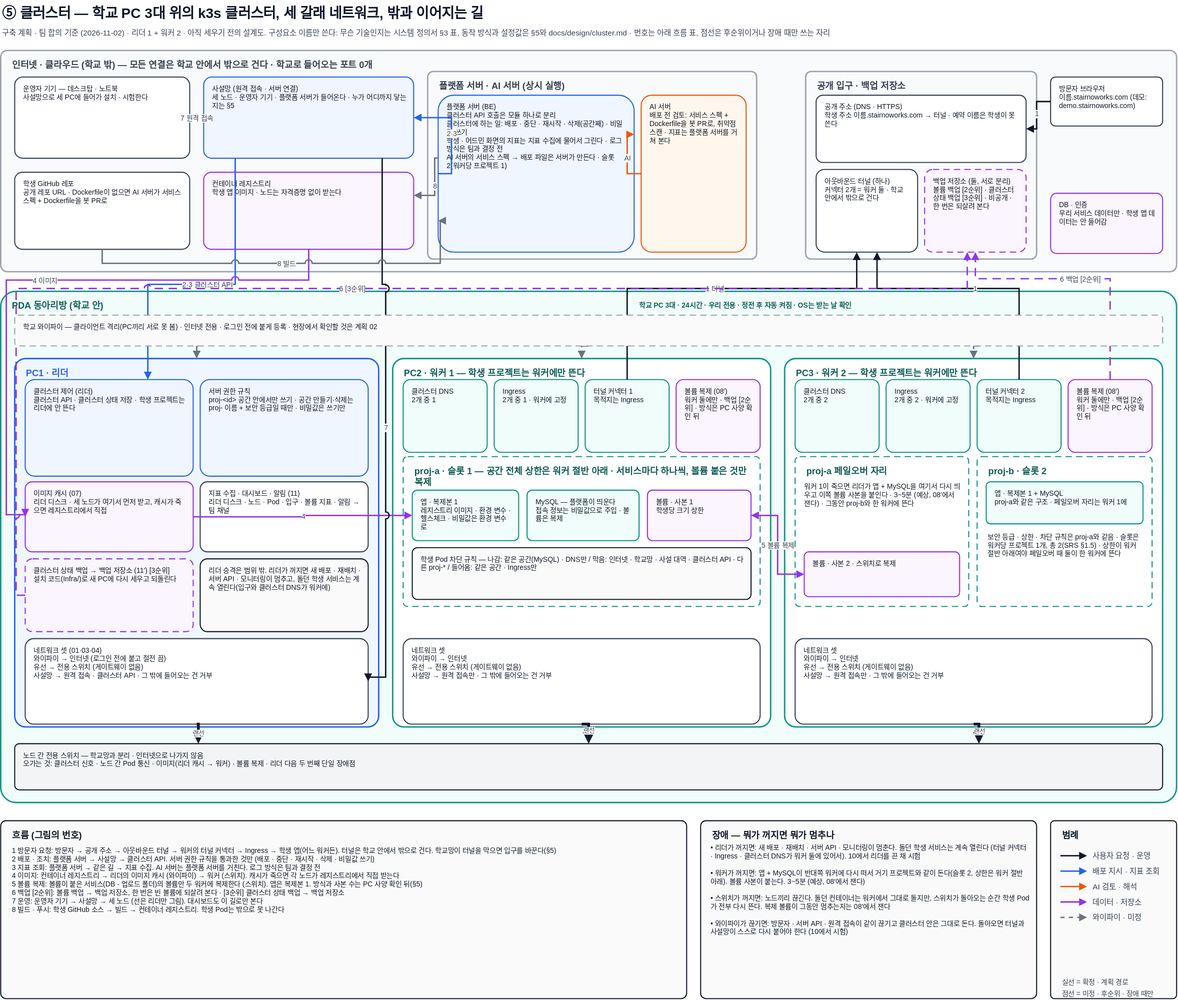
The draw.io diagram docs/architecture/cluster.drawio.svg in woowangthon/WOOWANGTHON_TEAM_18, before a commit. Source tidied: cells renumbered, new cells last; positions are measured from the earlier drawing's top-left corner, leaving out a move shared by most shapes.
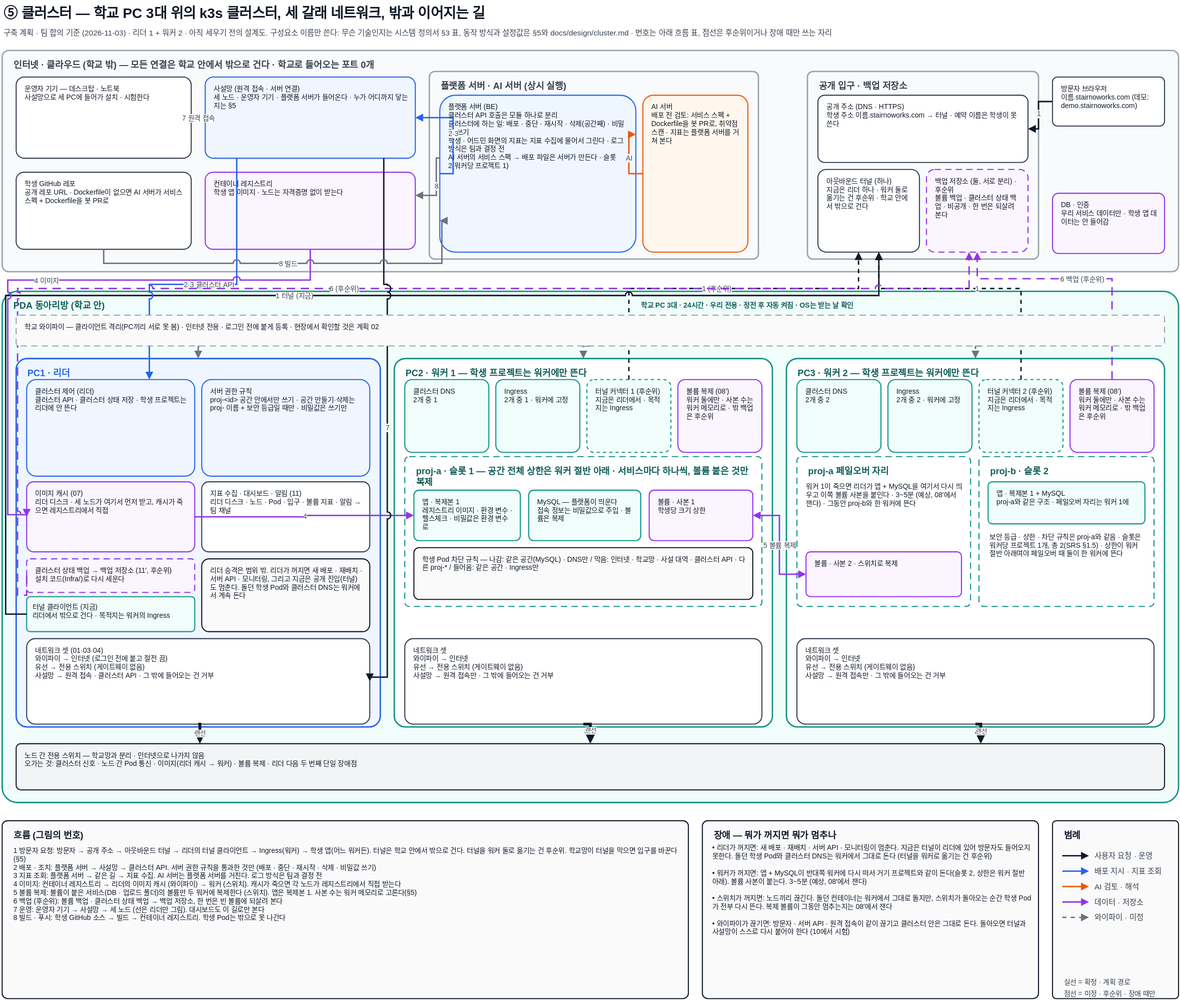
The same file after the commit.

Commit message:
docs: diagrams use §3 component names and the current cluster plan (#17)

Change to the diagram source:
```diff
@@ -7,3 +7,3 @@
     </mxCell>
-    <mxCell id="3" value="구축 계획 · 팀 합의 기준 (2026-11-02) · 리더 1 + 워커 2 · 아직 세우기 전의 설계도. 구성요소 이름만 쓴다: 무슨 기술인지는 시스템 정의서 §3 표, 동작 방식과 설정값은 §5와 docs/design/cluster.md · 번호는 아래 흐름 표, 점선은 후순위이거나 장애 때만 쓰는 자리" style="text;html=1;align=left;verticalAlign=top;whiteSpace=wrap;fontSize=11;fontColor=#374151;fontFamily=Pretendard,Malgun Gothic,Apple SD Gothic Neo,sans-serif;" parent="1" vertex="1">
+    <mxCell id="3" value="구축 계획 · 팀 합의 기준 (2026-11-03) · 리더 1 + 워커 2 · 아직 세우기 전의 설계도. 구성요소 이름만 쓴다: 무슨 기술인지는 시스템 정의서 §3 표, 동작 방식과 설정값은 §5와 docs/design/cluster.md · 번호는 아래 흐름 표, 점선은 후순위이거나 장애 때만 쓰는 자리" style="text;html=1;align=left;verticalAlign=top;whiteSpace=wrap;fontSize=11;fontColor=#374151;fontFamily=Pretendard,Malgun Gothic,Apple SD Gothic Neo,sans-serif;" parent="1" vertex="1">
       <mxGeometry y="34" width="1400" height="22" as="geometry" />
@@ -67,6 +67,6 @@
     </mxCell>
-    <mxCell id="23" value="아웃바운드 터널 (하나)&lt;br&gt;커넥터 2개 = 워커 둘 · 학교 안에서 밖으로 건다" style="rounded=1;arcSize=10;whiteSpace=wrap;html=1;fillColor=#FFFFFF;strokeColor=#374151;strokeWidth=1.5;fontSize=10;fontColor=#111827;align=left;verticalAlign=top;spacing=6;spacingLeft=6;spacingRight=6;fontFamily=Pretendard,Malgun Gothic,Apple SD Gothic Neo,sans-serif;" parent="1" vertex="1">
+    <mxCell id="23" value="아웃바운드 터널 (하나)&lt;br&gt;지금은 리더 하나 · 워커 둘로 옮기는 건 후순위 · 학교 안에서 밖으로 건다" style="rounded=1;arcSize=10;whiteSpace=wrap;html=1;fillColor=#FFFFFF;strokeColor=#374151;strokeWidth=1.5;fontSize=10;fontColor=#111827;align=left;verticalAlign=top;spacing=6;spacingLeft=6;spacingRight=6;fontFamily=Pretendard,Malgun Gothic,Apple SD Gothic Neo,sans-serif;" parent="1" vertex="1">
       <mxGeometry x="1165" y="242" width="145" height="118" as="geometry" />
     </mxCell>
-    <mxCell id="24" value="백업 저장소 (둘, 서로 분리)&lt;br&gt;볼륨 백업 [2순위] · 클러스터 상태 백업 [3순위] · 비공개 · 한 번은 되살려 본다" style="rounded=1;arcSize=10;whiteSpace=wrap;html=1;fillColor=#FAF5FF;strokeColor=#9333EA;strokeWidth=1.5;fontSize=10;fontColor=#111827;align=left;verticalAlign=top;spacing=6;spacingLeft=6;spacingRight=6;dashed=1;dashPattern=6 4;fontFamily=Pretendard,Malgun Gothic,Apple SD Gothic Neo,sans-serif;" parent="1" vertex="1">
+    <mxCell id="24" value="백업 저장소 (둘, 서로 분리) · 후순위&lt;br&gt;볼륨 백업 · 클러스터 상태 백업 · 비공개 · 한 번은 되살려 본다" style="rounded=1;arcSize=10;whiteSpace=wrap;html=1;fillColor=#FAF5FF;strokeColor=#9333EA;strokeWidth=1.5;fontSize=10;fontColor=#111827;align=left;verticalAlign=top;spacing=6;spacingLeft=6;spacingRight=6;dashed=1;dashPattern=6 4;fontFamily=Pretendard,Malgun Gothic,Apple SD Gothic Neo,sans-serif;" parent="1" vertex="1">
       <mxGeometry x="1320" y="242" width="145" height="118" as="geometry" />
@@ -91,6 +91,9 @@
     </mxCell>
-    <mxCell id="31" value="클러스터 상태 백업 → 백업 저장소 (11′) [3순위]&lt;br&gt;설치 코드(Infra/)로 새 PC에 다시 세우고 되돌린다" style="rounded=1;arcSize=10;whiteSpace=wrap;html=1;fillColor=#FAF5FF;strokeColor=#9333EA;strokeWidth=1.5;fontSize=10;fontColor=#111827;align=left;verticalAlign=top;spacing=6;spacingLeft=6;spacingRight=6;dashed=1;dashPattern=6 4;fontFamily=Pretendard,Malgun Gothic,Apple SD Gothic Neo,sans-serif;" parent="1" vertex="1">
-      <mxGeometry x="35" y="798" width="240" height="104" as="geometry" />
+    <mxCell id="31" value="클러스터 상태 백업 → 백업 저장소 (11′, 후순위)&lt;br&gt;설치 코드(Infra/)로 다시 세운다" style="rounded=1;arcSize=10;whiteSpace=wrap;html=1;fillColor=#FAF5FF;strokeColor=#9333EA;strokeWidth=1.5;fontSize=10;fontColor=#111827;align=left;verticalAlign=top;spacing=6;spacingLeft=6;spacingRight=6;dashed=1;dashPattern=6 4;fontFamily=Pretendard,Malgun Gothic,Apple SD Gothic Neo,sans-serif;" parent="1" vertex="1">
+      <mxGeometry x="35" y="798" width="240" height="48" as="geometry" />
     </mxCell>
+    <mxCell id="91" value="터널 클라이언트 (지금)&lt;br&gt;리더에서 밖으로 건다 · 목적지는 워커의 Ingress" style="rounded=1;arcSize=10;whiteSpace=wrap;html=1;fillColor=#F0FDFA;strokeColor=#0D9488;strokeWidth=1.5;fontSize=10;fontColor=#111827;align=left;verticalAlign=top;spacingLeft=6;spacingTop=2;" parent="1" vertex="1">
+      <mxGeometry x="35" y="852" width="240" height="50" as="geometry" />
+    </mxCell>
-    <mxCell id="32" value="리더 승격은 범위 밖. 리더가 꺼지면 새 배포 · 재배치 · 서버 API · 모니터링이 멈추고, 돌던 학생 서비스는 계속 열린다(입구와 클러스터 DNS가 워커에)" style="rounded=1;arcSize=10;whiteSpace=wrap;html=1;fillColor=#FAFAFA;strokeColor=#111827;strokeWidth=1.5;fontSize=10;fontColor=#111827;align=left;verticalAlign=top;spacing=6;spacingLeft=6;spacingRight=6;fontFamily=Pretendard,Malgun Gothic,Apple SD Gothic Neo,sans-serif;" parent="1" vertex="1">
+    <mxCell id="32" value="리더 승격은 범위 밖. 리더가 꺼지면 새 배포 · 재배치 · 서버 API · 모니터링, 그리고 지금은 공개 진입(터널)도 멈춘다. 돌던 학생 Pod와 클러스터 DNS는 워커에서 계속 돈다" style="rounded=1;arcSize=10;whiteSpace=wrap;html=1;fillColor=#FAFAFA;strokeColor=#111827;strokeWidth=1.5;fontSize=10;fontColor=#111827;align=left;verticalAlign=top;spacing=6;spacingLeft=6;spacingRight=6;fontFamily=Pretendard,Malgun Gothic,Apple SD Gothic Neo,sans-serif;" parent="1" vertex="1">
       <mxGeometry x="285" y="798" width="240" height="104" as="geometry" />
@@ -103,6 +106,6 @@
     </mxCell>
-    <mxCell id="35" value="터널 커넥터 1&lt;br&gt;목적지는 Ingress" style="rounded=1;arcSize=10;whiteSpace=wrap;html=1;fillColor=#F0FDFA;strokeColor=#0D9488;strokeWidth=1.5;fontSize=10;fontColor=#111827;align=left;verticalAlign=top;spacing=6;spacingLeft=6;spacingRight=6;fontFamily=Pretendard,Malgun Gothic,Apple SD Gothic Neo,sans-serif;" parent="1" vertex="1">
+    <mxCell id="35" value="터널 커넥터 1 (후순위)&lt;br&gt;지금은 리더에서 · 목적지는 Ingress" style="rounded=1;arcSize=10;whiteSpace=wrap;html=1;fillColor=#F0FDFA;strokeColor=#0D9488;strokeWidth=1.5;fontSize=10;fontColor=#111827;align=left;verticalAlign=top;spacing=6;spacingLeft=6;spacingRight=6;fontFamily=Pretendard,Malgun Gothic,Apple SD Gothic Neo,sans-serif;dashed=1;" parent="1" vertex="1">
       <mxGeometry x="835" y="542" width="120" height="104" as="geometry" />
     </mxCell>
-    <mxCell id="36" value="볼륨 복제 (08′)&lt;br&gt;워커 둘에만 · 백업 [2순위] · 방식은 PC 사양 확인 뒤" style="rounded=1;arcSize=10;whiteSpace=wrap;html=1;fillColor=#FAF5FF;strokeColor=#9333EA;strokeWidth=1.5;fontSize=10;fontColor=#111827;align=left;verticalAlign=top;spacing=6;spacingLeft=6;spacingRight=6;fontFamily=Pretendard,Malgun Gothic,Apple SD Gothic Neo,sans-serif;" parent="1" vertex="1">
+    <mxCell id="36" value="볼륨 복제 (08′)&lt;br&gt;워커 둘에만 · 사본 수는 워커 메모리로 · 밖 백업은 후순위" style="rounded=1;arcSize=10;whiteSpace=wrap;html=1;fillColor=#FAF5FF;strokeColor=#9333EA;strokeWidth=1.5;fontSize=10;fontColor=#111827;align=left;verticalAlign=top;spacing=6;spacingLeft=6;spacingRight=6;fontFamily=Pretendard,Malgun Gothic,Apple SD Gothic Neo,sans-serif;" parent="1" vertex="1">
       <mxGeometry x="965" y="542" width="120" height="104" as="geometry" />
@@ -115,6 +118,6 @@
     </mxCell>
-    <mxCell id="39" value="터널 커넥터 2&lt;br&gt;목적지는 Ingress" style="rounded=1;arcSize=10;whiteSpace=wrap;html=1;fillColor=#F0FDFA;strokeColor=#0D9488;strokeWidth=1.5;fontSize=10;fontColor=#111827;align=left;verticalAlign=top;spacing=6;spacingLeft=6;spacingRight=6;fontFamily=Pretendard,Malgun Gothic,Apple SD Gothic Neo,sans-serif;" parent="1" vertex="1">
+    <mxCell id="39" value="터널 커넥터 2 (후순위)&lt;br&gt;지금은 리더에서 · 목적지는 Ingress" style="rounded=1;arcSize=10;whiteSpace=wrap;html=1;fillColor=#F0FDFA;strokeColor=#0D9488;strokeWidth=1.5;fontSize=10;fontColor=#111827;align=left;verticalAlign=top;spacing=6;spacingLeft=6;spacingRight=6;fontFamily=Pretendard,Malgun Gothic,Apple SD Gothic Neo,sans-serif;dashed=1;" parent="1" vertex="1">
       <mxGeometry x="1395" y="542" width="120" height="104" as="geometry" />
     </mxCell>
-    <mxCell id="40" value="볼륨 복제 (08′)&lt;br&gt;워커 둘에만 · 백업 [2순위] · 방식은 PC 사양 확인 뒤" style="rounded=1;arcSize=10;whiteSpace=wrap;html=1;fillColor=#FAF5FF;strokeColor=#9333EA;strokeWidth=1.5;fontSize=10;fontColor=#111827;align=left;verticalAlign=top;spacing=6;spacingLeft=6;spacingRight=6;fontFamily=Pretendard,Malgun Gothic,Apple SD Gothic Neo,sans-serif;" parent="1" vertex="1">
+    <mxCell id="40" value="볼륨 복제 (08′)&lt;br&gt;워커 둘에만 · 사본 수는 워커 메모리로 · 밖 백업은 후순위" style="rounded=1;arcSize=10;whiteSpace=wrap;html=1;fillColor=#FAF5FF;strokeColor=#9333EA;strokeWidth=1.5;fontSize=10;fontColor=#111827;align=left;verticalAlign=top;spacing=6;spacingLeft=6;spacingRight=6;fontFamily=Pretendard,Malgun Gothic,Apple SD Gothic Neo,sans-serif;" parent="1" vertex="1">
       <mxGeometry x="1525" y="542" width="120" height="104" as="geometry" />
@@ -184,3 +187,3 @@
     </mxCell>
-    <mxCell id="62" value="1 터널" style="edgeStyle=orthogonalEdgeStyle;rounded=0;jettySize=auto;html=1;jumpStyle=arc;jumpSize=8;endArrow=block;endFill=1;strokeWidth=2;fontSize=10;labelBackgroundColor=#FFFFFF;fontFamily=Pretendard,Malgun Gothic,Apple SD Gothic Neo,sans-serif;fontColor=#374151;strokeColor=#111827;exitX=0.5;exitY=0;exitDx=0;exitDy=0;entryX=0.4;entryY=1;entryDx=0;entryDy=0;" parent="1" edge="1" source="35" target="23">
+    <mxCell id="62" value="1 (후순위)" style="edgeStyle=orthogonalEdgeStyle;rounded=0;jettySize=auto;html=1;jumpStyle=arc;jumpSize=8;endArrow=block;endFill=1;strokeWidth=2;fontSize=10;labelBackgroundColor=#FFFFFF;fontFamily=Pretendard,Malgun Gothic,Apple SD Gothic Neo,sans-serif;fontColor=#374151;strokeColor=#111827;exitX=0.5;exitY=0;exitDx=0;exitDy=0;entryX=0.4;entryY=1;entryDx=0;entryDy=0;dashed=1;" parent="1" edge="1" source="35" target="23">
       <mxGeometry relative="1" as="geometry">
@@ -192,3 +195,12 @@
     </mxCell>
+    <mxCell id="92" value="1 터널 (지금)" style="edgeStyle=orthogonalEdgeStyle;rounded=0;jettySize=auto;html=1;jumpStyle=arc;jumpSize=8;endArrow=block;endFill=1;strokeWidth=2;fontSize=10;labelBackgroundColor=#FFFFFF;fontFamily=Pretendard,Malgun Gothic,Apple SD Gothic Neo,sans-serif;fontColor=#374151;strokeColor=#111827;exitX=0;exitY=0.5;exitDx=0;exitDy=0;entryX=0.6;entryY=1;entryDx=0;entryDy=0;" parent="1" edge="1" source="91" target="23">
+      <mxGeometry relative="1" as="geometry">
+        <Array as="points">
+          <mxPoint x="5" y="877" />
+          <mxPoint x="5" y="422" />
+          <mxPoint x="1252" y="422" />
+        </Array>
+      </mxGeometry>
+    </mxCell>
-    <mxCell id="63" value="1" style="edgeStyle=orthogonalEdgeStyle;rounded=0;jettySize=auto;html=1;jumpStyle=arc;jumpSize=8;endArrow=block;endFill=1;strokeWidth=2;fontSize=10;labelBackgroundColor=#FFFFFF;fontFamily=Pretendard,Malgun Gothic,Apple SD Gothic Neo,sans-serif;fontColor=#374151;strokeColor=#111827;exitX=0.5;exitY=0;exitDx=0;exitDy=0;entryX=0.6;entryY=1;entryDx=0;entryDy=0;" parent="1" edge="1" source="39" target="23">
+    <mxCell id="63" value="1" style="edgeStyle=orthogonalEdgeStyle;rounded=0;jettySize=auto;html=1;jumpStyle=arc;jumpSize=8;endArrow=block;endFill=1;strokeWidth=2;fontSize=10;labelBackgroundColor=#FFFFFF;fontFamily=Pretendard,Malgun Gothic,Apple SD Gothic Neo,sans-serif;fontColor=#374151;strokeColor=#111827;exitX=0.5;exitY=0;exitDx=0;exitDy=0;entryX=0.6;entryY=1;entryDx=0;entryDy=0;dashed=1;" parent="1" edge="1" source="39" target="23">
       <mxGeometry relative="1" as="geometry">
@@ -236,3 +248,3 @@
     </mxCell>
-    <mxCell id="69" value="6 백업 [2순위]" style="edgeStyle=orthogonalEdgeStyle;rounded=0;jettySize=auto;html=1;jumpStyle=arc;jumpSize=8;endArrow=block;endFill=1;strokeWidth=2;fontSize=10;labelBackgroundColor=#FFFFFF;fontFamily=Pretendard,Malgun Gothic,Apple SD Gothic Neo,sans-serif;fontColor=#374151;strokeColor=#9333EA;dashed=1;dashPattern=6 4;exitX=0.5;exitY=0;exitDx=0;exitDy=0;entryX=0.5;entryY=1;entryDx=0;entryDy=0;" parent="1" edge="1" source="40" target="24">
+    <mxCell id="69" value="6 백업 (후순위)" style="edgeStyle=orthogonalEdgeStyle;rounded=0;jettySize=auto;html=1;jumpStyle=arc;jumpSize=8;endArrow=block;endFill=1;strokeWidth=2;fontSize=10;labelBackgroundColor=#FFFFFF;fontFamily=Pretendard,Malgun Gothic,Apple SD Gothic Neo,sans-serif;fontColor=#374151;strokeColor=#9333EA;dashed=1;dashPattern=6 4;exitX=0.5;exitY=0;exitDx=0;exitDy=0;entryX=0.5;entryY=1;entryDx=0;entryDy=0;" parent="1" edge="1" source="40" target="24">
       <mxGeometry relative="1" as="geometry">
@@ -244,3 +256,3 @@
     </mxCell>
-    <mxCell id="70" value="6 [3순위]" style="edgeStyle=orthogonalEdgeStyle;rounded=0;jettySize=auto;html=1;jumpStyle=arc;jumpSize=8;endArrow=block;endFill=1;strokeWidth=2;fontSize=10;labelBackgroundColor=#FFFFFF;fontFamily=Pretendard,Malgun Gothic,Apple SD Gothic Neo,sans-serif;fontColor=#374151;strokeColor=#9333EA;dashed=1;dashPattern=6 4;exitX=0;exitY=0.5;exitDx=0;exitDy=0;entryX=0.42;entryY=1;entryDx=0;entryDy=0;" parent="1" edge="1" source="31" target="24">
+    <mxCell id="70" value="6 (후순위)" style="edgeStyle=orthogonalEdgeStyle;rounded=0;jettySize=auto;html=1;jumpStyle=arc;jumpSize=8;endArrow=block;endFill=1;strokeWidth=2;fontSize=10;labelBackgroundColor=#FFFFFF;fontFamily=Pretendard,Malgun Gothic,Apple SD Gothic Neo,sans-serif;fontColor=#374151;strokeColor=#9333EA;dashed=1;dashPattern=6 4;exitX=0;exitY=0.5;exitDx=0;exitDy=0;entryX=0.42;entryY=1;entryDx=0;entryDy=0;" parent="1" edge="1" source="31" target="24">
       <mxGeometry relative="1" as="geometry">
@@ -285,6 +297,6 @@
     </mxCell>
-    <mxCell id="76" value="1  방문자 요청: 방문자 → 공개 주소 → 아웃바운드 터널 → 워커의 터널 커넥터 → Ingress → 학생 앱(어느 워커든). 터널은 학교 안에서 밖으로 건다. 학교망이 터널을 막으면 입구를 바꾼다(§5)&lt;br&gt;2  배포 · 조치: 플랫폼 서버 → 사설망 → 클러스터 API. 서버 권한 규칙을 통과한 것만 (배포 · 중단 · 재시작 · 삭제 · 비밀값 쓰기)&lt;br&gt;3  지표 조회: 플랫폼 서버 → 같은 길 → 지표 수집. AI 서버는 플랫폼 서버를 거친다. 로그 방식은 팀과 결정 전&lt;br&gt;4  이미지: 컨테이너 레지스트리 → 리더의 이미지 캐시 (와이파이) → 워커 (스위치). 캐시가 죽으면 각 노드가 레지스트리에서 직접 받는다&lt;br&gt;5  볼륨 복제: 볼륨이 붙은 서비스(DB · 업로드 폴더)의 볼륨만 두 워커에 복제한다 (스위치). 앱은 복제본 1. 방식과 사본 수는 PC 사양 확인 뒤(§5)&lt;br&gt;6  백업 [2순위]: 볼륨 백업 → 백업 저장소, 한 번은 빈 볼륨에 되살려 본다 · [3순위] 클러스터 상태 백업 → 백업 저장소&lt;br&gt;7  운영: 운영자 기기 → 사설망 → 세 노드 (선은 리더만 그림). 대시보드도 이 길로만 본다&lt;br&gt;8  빌드 · 푸시: 학생 GitHub 소스 → 빌드 → 컨테이너 레지스트리. 학생 Pod는 밖으로 못 나간다" style="text;html=1;align=left;verticalAlign=top;whiteSpace=wrap;fontSize=10;fontColor=#111827;fontFamily=Pretendard,Malgun Gothic,Apple SD Gothic Neo,sans-serif;" parent="1" vertex="1">
+    <mxCell id="76" value="1  방문자 요청: 방문자 → 공개 주소 → 아웃바운드 터널 → 리더의 터널 클라이언트 → Ingress(워커) → 학생 앱(어느 워커든). 터널은 학교 안에서 밖으로 건다. 터널을 워커 둘로 옮기는 건 후순위. 학교망이 터널을 막으면 입구를 바꾼다(§5)&lt;br&gt;2  배포 · 조치: 플랫폼 서버 → 사설망 → 클러스터 API. 서버 권한 규칙을 통과한 것만 (배포 · 중단 · 재시작 · 삭제 · 비밀값 쓰기)&lt;br&gt;3  지표 조회: 플랫폼 서버 → 같은 길 → 지표 수집. AI 서버는 플랫폼 서버를 거친다. 로그 방식은 팀과 결정 전&lt;br&gt;4  이미지: 컨테이너 레지스트리 → 리더의 이미지 캐시 (와이파이) → 워커 (스위치). 캐시가 죽으면 각 노드가 레지스트리에서 직접 받는다&lt;br&gt;5  볼륨 복제: 볼륨이 붙은 서비스(DB · 업로드 폴더)의 볼륨만 두 워커에 복제한다 (스위치). 앱은 복제본 1. 사본 수는 워커 메모리로 고른다(§5)&lt;br&gt;6  백업 (후순위): 볼륨 백업 · 클러스터 상태 백업 → 백업 저장소, 한 번은 빈 볼륨에 되살려 본다&lt;br&gt;7  운영: 운영자 기기 → 사설망 → 세 노드 (선은 리더만 그림). 대시보드도 이 길로만 본다&lt;br&gt;8  빌드 · 푸시: 학생 GitHub 소스 → 빌드 → 컨테이너 레지스트리. 학생 Pod는 밖으로 못 나간다" style="text;html=1;align=left;verticalAlign=top;whiteSpace=wrap;fontSize=10;fontColor=#111827;fontFamily=Pretendard,Malgun Gothic,Apple SD Gothic Neo,sans-serif;" parent="1" vertex="1">
       <mxGeometry x="14" y="1202" width="955" height="220" as="geometry" />
     </mxCell>
-    <mxCell id="77" value="• 리더가 꺼지면: 새 배포 · 재배치 · 서버 API · 모니터링이 멈춘다. 돌던 학생 서비스는 계속 열린다 (터널 커넥터 · Ingress · 클러스터 DNS가 워커 둘에 있어서). 10에서 리더를 끈 채 시험&lt;br&gt;&lt;br&gt;• 워커가 꺼지면: 앱 + MySQL이 반대쪽 워커에 다시 떠서 거기 프로젝트와 같이 돈다(슬롯 2, 상한은 워커 절반 아래). 볼륨 사본이 붙는다. 3~5분 (예상, 08′에서 잰다)&lt;br&gt;&lt;br&gt;• 스위치가 꺼지면: 노드끼리 끊긴다. 돌던 컨테이너는 워커에서 그대로 돌지만, 스위치가 돌아오는 순간 학생 Pod가 전부 다시 뜬다. 복제 볼륨이 그동안 멈추는지는 08′에서 잰다&lt;br&gt;&lt;br&gt;• 와이파이가 끊기면: 방문자 · 서버 API · 원격 접속이 같이 끊기고 클러스터 안은 그대로 돈다. 돌아오면 터널과 사설망이 스스로 다시 붙어야 한다 (10에서 시험)" style="text;html=1;align=left;verticalAlign=top;whiteSpace=wrap;fontSize=10;fontColor=#111827;fontFamily=Pretendard,Malgun Gothic,Apple SD Gothic Neo,sans-serif;" parent="1" vertex="1">
+    <mxCell id="77" value="• 리더가 꺼지면: 새 배포 · 재배치 · 서버 API · 모니터링이 멈춘다. 지금은 터널이 리더에 있어 방문자도 들어오지 못한다. 돌던 학생 Pod와 클러스터 DNS는 워커에서 그대로 돈다 (터널을 워커로 옮기는 건 후순위)&lt;br&gt;&lt;br&gt;• 워커가 꺼지면: 앱 + MySQL이 반대쪽 워커에 다시 떠서 거기 프로젝트와 같이 돈다(슬롯 2, 상한은 워커 절반 아래). 볼륨 사본이 붙는다. 3~5분 (예상, 08′에서 잰다)&lt;br&gt;&lt;br&gt;• 스위치가 꺼지면: 노드끼리 끊긴다. 돌던 컨테이너는 워커에서 그대로 돌지만, 스위치가 돌아오는 순간 학생 Pod가 전부 다시 뜬다. 복제 볼륨이 그동안 멈추는지는 08′에서 잰다&lt;br&gt;&lt;br&gt;• 와이파이가 끊기면: 방문자 · 서버 API · 원격 접속이 같이 끊기고 클러스터 안은 그대로 돈다. 돌아오면 터널과 사설망이 스스로 다시 붙어야 한다 (10에서 시험)" style="text;html=1;align=left;verticalAlign=top;whiteSpace=wrap;fontSize=10;fontColor=#111827;fontFamily=Pretendard,Malgun Gothic,Apple SD Gothic Neo,sans-serif;" parent="1" vertex="1">
       <mxGeometry x="1012" y="1198" width="458" height="226" as="geometry" />
```
